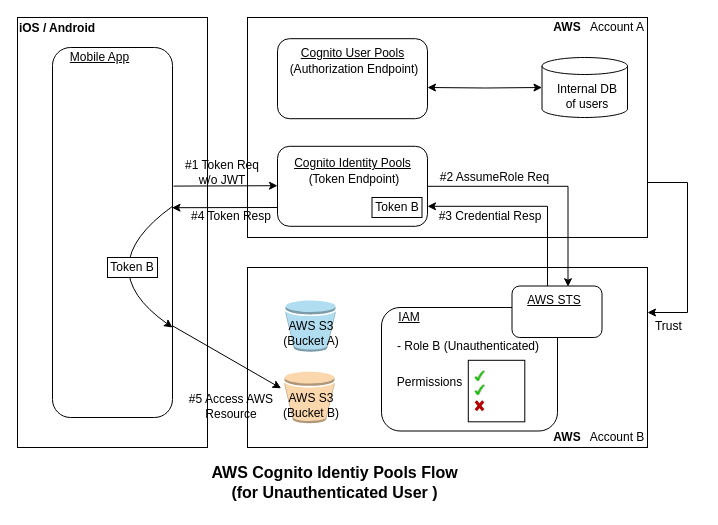
Above: OAuth2.0_Authorization/AWS_Cognito_unauthenticated.drawio in developer-onizuka/Diagrams (draw.io), before the change. Source tidied: cells renumbered, new cells numbered last; positions are measured from the earlier drawing's top-left corner, leaving out a move shared by most shapes. Both pictures are drawn from the tidied source at 100%, with x=0, y=0 at pixel (17, 17).
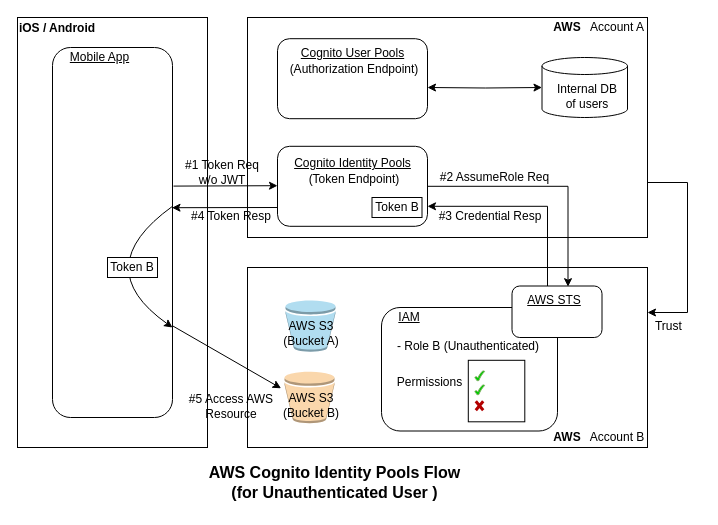
The same diagram, later.

Change to the diagram source:
```diff
@@
-    <mxCell id="14" value="&lt;font style=&quot;font-size: 16px;&quot;&gt;AWS Cognito Identiy Pools Flow&lt;br&gt;(for Unauthenticated User )&lt;br&gt;&lt;/font&gt;" style="text;html=1;strokeColor=none;fillColor=none;align=center;verticalAlign=middle;whiteSpace=wrap;rounded=0;fontStyle=1;strokeWidth=1;" parent="1" vertex="1">
+    <mxCell id="14" value="&lt;font style=&quot;font-size: 16px;&quot;&gt;AWS Cognito Identity Pools Flow&lt;br&gt;(for Unauthenticated User )&lt;br&gt;&lt;/font&gt;" style="text;html=1;strokeColor=none;fillColor=none;align=center;verticalAlign=middle;whiteSpace=wrap;rounded=0;fontStyle=1;strokeWidth=1;" parent="1" vertex="1">
       <mxGeometry x="154.5" y="440" width="324.5" height="50" as="geometry" />
     </mxCell>
```
